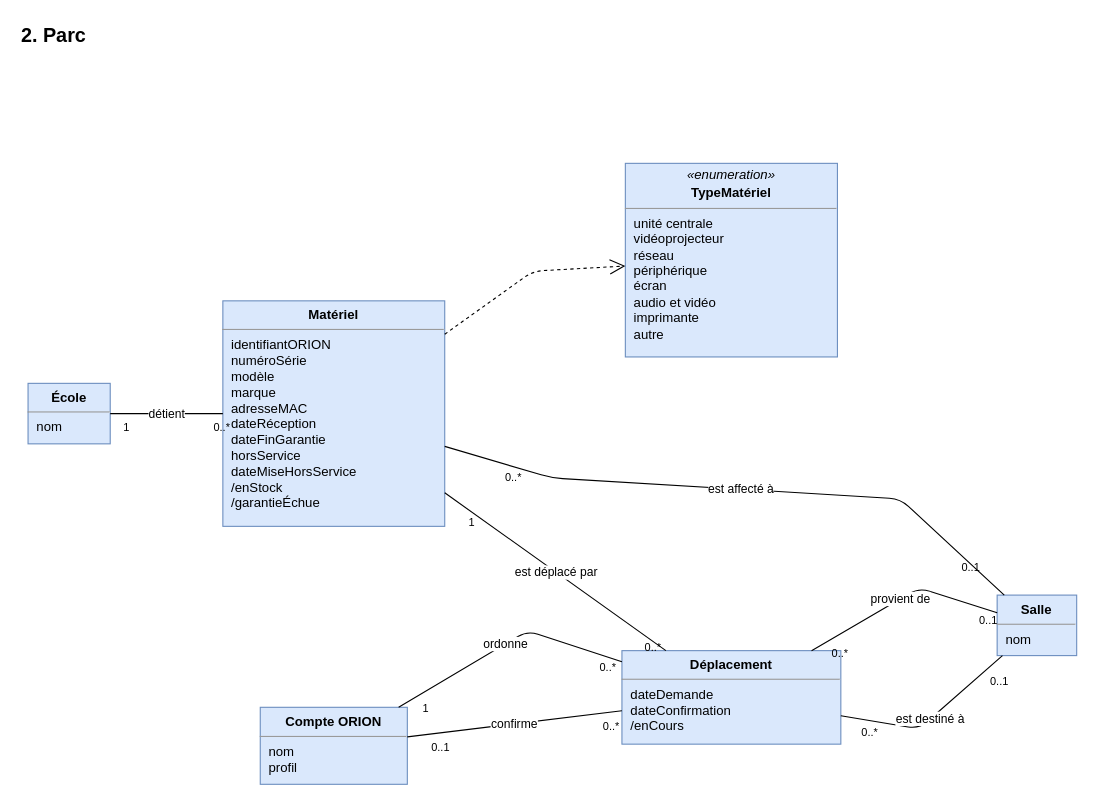
This is page "Parc" (2 of 5) of docs/02-ANALYSE/02-CAPTURE-DES-BESOINS/09-DIAGRAMME-CLASSES-METIER.drawio from bpierrelouis/aster, a draw.io file, before an edit. Source tidied: cells renumbered, new cells numbered last; positions are measured from the earlier drawing's top-left corner, leaving out a move shared by most shapes. Both pictures are drawn from the tidied source at 110%, with x=0, y=0 at pixel (19, 19).
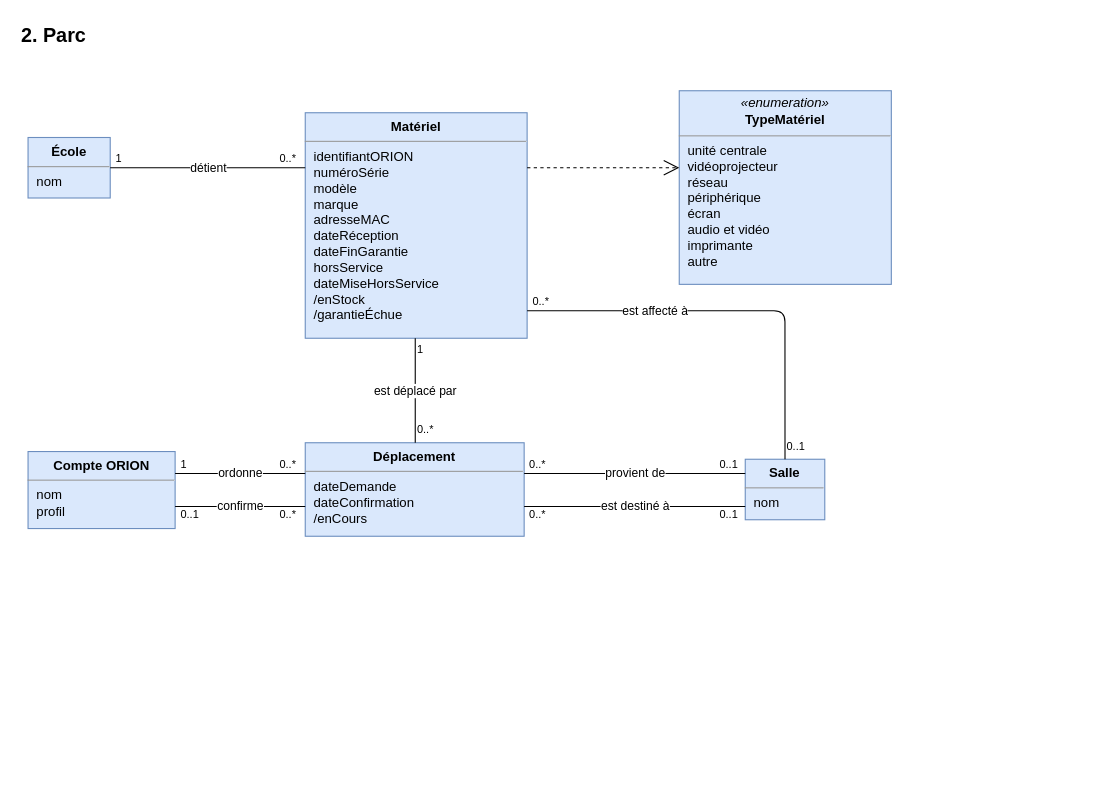
The same page after the edit.

Diff of the diagram source:
```diff
@@
     <mxCell id="3" value="&lt;p style=&quot;margin:0;margin-top:6px;text-align:center;&quot;&gt;&lt;b&gt;École&lt;/b&gt;&lt;/p&gt;&lt;hr size=&quot;1&quot;/&gt;&lt;p style=&quot;margin:0;margin-left:8px;&quot;&gt;nom&lt;/p&gt;" style="verticalAlign=top;align=left;overflow=fill;html=1;whiteSpace=wrap;fontSize=12;fillColor=#dae8fc;strokeColor=#6c8ebf;" parent="1" vertex="1">
-      <mxGeometry x="8" y="331" width="74.7" height="55" as="geometry" />
+      <mxGeometry x="8" y="107.5" width="74.7" height="55" as="geometry" />
     </mxCell>
     <mxCell id="4" value="&lt;p style=&quot;margin:0;margin-top:6px;text-align:center;&quot;&gt;&lt;b&gt;Salle&lt;/b&gt;&lt;/p&gt;&lt;hr size=&quot;1&quot;/&gt;&lt;p style=&quot;margin:0;margin-left:8px;&quot;&gt;nom&lt;/p&gt;" style="verticalAlign=top;align=left;overflow=fill;html=1;whiteSpace=wrap;fontSize=12;fillColor=#dae8fc;strokeColor=#6c8ebf;" parent="1" vertex="1">
-      <mxGeometry x="889" y="523.5" width="72.3" height="55" as="geometry" />
+      <mxGeometry x="660" y="400" width="72.3" height="55" as="geometry" />
     </mxCell>
     <mxCell id="5" value="&lt;p style=&quot;margin:0;margin-top:6px;text-align:center;&quot;&gt;&lt;b&gt;Matériel&lt;/b&gt;&lt;/p&gt;&lt;hr size=&quot;1&quot;/&gt;&lt;p style=&quot;margin:0;margin-left:8px;&quot;&gt;identifiantORION&lt;br&gt;numéroSérie&lt;br&gt;modèle&lt;br&gt;marque&lt;br&gt;adresseMAC&lt;br&gt;dateRéception&lt;br&gt;dateFinGarantie&lt;br&gt;horsService&lt;br&gt;dateMiseHorsService&lt;br&gt;/enStock&lt;br&gt;/garantieÉchue&lt;/p&gt;" style="verticalAlign=top;align=left;overflow=fill;html=1;whiteSpace=wrap;fontSize=12;fillColor=#dae8fc;strokeColor=#6c8ebf;" parent="1" vertex="1">
-      <mxGeometry x="185.1" y="256" width="201.7" height="205" as="geometry" />
+      <mxGeometry x="260" y="85" width="201.7" height="205" as="geometry" />
     </mxCell>
     <mxCell id="6" value="&lt;p style=&quot;margin:0;margin-top:4px;text-align:center;&quot;&gt;&lt;i&gt;«enumeration»&lt;/i&gt;&lt;/p&gt;&lt;p style=&quot;margin:0;margin-top:2px;text-align:center;&quot;&gt;&lt;b&gt;TypeMatériel&lt;/b&gt;&lt;/p&gt;&lt;hr size=&quot;1&quot;/&gt;&lt;p style=&quot;margin:0;margin-left:8px;&quot;&gt;unité centrale&lt;br&gt;vidéoprojecteur&lt;br&gt;réseau&lt;br&gt;périphérique&lt;br&gt;écran&lt;br&gt;audio et vidéo&lt;br&gt;imprimante&lt;br&gt;autre&lt;/p&gt;" style="verticalAlign=top;align=left;overflow=fill;html=1;whiteSpace=wrap;fontSize=12;fillColor=#dae8fc;strokeColor=#6c8ebf;" parent="1" vertex="1">
-      <mxGeometry x="551" y="131" width="192.8" height="176" as="geometry" />
+      <mxGeometry x="600" y="65" width="192.8" height="176" as="geometry" />
     </mxCell>
     <mxCell id="7" value="&lt;p style=&quot;margin:0;margin-top:6px;text-align:center;&quot;&gt;&lt;b&gt;Déplacement&lt;/b&gt;&lt;/p&gt;&lt;hr size=&quot;1&quot;/&gt;&lt;p style=&quot;margin:0;margin-left:8px;&quot;&gt;dateDemande&lt;br&gt;dateConfirmation&lt;br&gt;/enCours&lt;/p&gt;" style="verticalAlign=top;align=left;overflow=fill;html=1;whiteSpace=wrap;fontSize=12;fillColor=#dae8fc;strokeColor=#6c8ebf;" parent="1" vertex="1">
-      <mxGeometry x="547.9" y="574" width="199" height="85" as="geometry" />
+      <mxGeometry x="260" y="385" width="199" height="85" as="geometry" />
     </mxCell>
     <mxCell id="8" value="&lt;p style=&quot;margin:0;margin-top:6px;text-align:center;&quot;&gt;&lt;b&gt;Compte ORION&lt;/b&gt;&lt;/p&gt;&lt;hr size=&quot;1&quot;/&gt;&lt;p style=&quot;margin:0;margin-left:8px;&quot;&gt;nom&lt;br&gt;profil&lt;/p&gt;" style="verticalAlign=top;align=left;overflow=fill;html=1;whiteSpace=wrap;fontSize=12;fillColor=#dae8fc;strokeColor=#6c8ebf;" parent="1" vertex="1">
-      <mxGeometry x="219.1" y="625.5" width="133.7" height="70" as="geometry" />
+      <mxGeometry x="8" y="393" width="133.7" height="70" as="geometry" />
     </mxCell>
-    <mxCell id="9" value="détient" style="html=1;rounded=0;fontSize=11;labelBackgroundColor=#ffffff;endArrow=none;startArrow=none;rounded=1;" parent="1" edge="1" source="3" target="5">
+    <mxCell id="9" value="détient" style="html=1;rounded=0;fontSize=11;labelBackgroundColor=#ffffff;endArrow=none;startArrow=none;rounded=1;exitX=1.0;exitY=0.5;exitDx=0;exitDy=0;exitPerimeter=0;entryX=0.0;entryY=0.2439;entryDx=0;entryDy=0;entryPerimeter=0;" parent="1" edge="1" source="3" target="5">
       <mxGeometry relative="1" as="geometry" />
     </mxCell>
     <mxCell id="10" value="1" style="edgeLabel;html=1;fontSize=10;labelBackgroundColor=none;" parent="9" vertex="1">
-      <mxGeometry x="-0.8" relative="1" as="geometry" />
+      <mxGeometry x="-1" relative="1" as="geometry">
+        <mxPoint x="3" y="-21" as="offset" />
+      </mxGeometry>
     </mxCell>
     <mxCell id="11" value="0..*" style="edgeLabel;html=1;fontSize=10;labelBackgroundColor=none;" parent="9" vertex="1">
-      <mxGeometry x="0.8" relative="1" as="geometry" />
+      <mxGeometry x="1" relative="1" as="geometry">
+        <mxPoint x="-24.6" y="-21" as="offset" />
+      </mxGeometry>
     </mxCell>
-    <mxCell id="12" value="est affecté à" style="html=1;rounded=0;fontSize=11;labelBackgroundColor=#ffffff;endArrow=none;startArrow=none;rounded=1;" parent="1" edge="1" source="5" target="4">
-      <mxGeometry relative="1" as="geometry">
+    <mxCell id="12" value="est affecté à" style="html=1;rounded=0;fontSize=11;labelBackgroundColor=#ffffff;endArrow=none;startArrow=none;rounded=1;exitX=1.0;exitY=0.878;exitDx=0;exitDy=0;exitPerimeter=0;entryX=0.5;entryY=0.0;entryDx=0;entryDy=0;entryPerimeter=0;" parent="1" edge="1" source="5" target="4">
+      <mxGeometry x="-0.37" relative="1" as="geometry">
         <Array as="points">
-          <mxPoint x="484" y="417" />
-          <mxPoint x="801" y="436" />
+          <mxPoint x="696.1" y="265" />
         </Array>
       </mxGeometry>
     </mxCell>
     <mxCell id="13" value="0..*" style="edgeLabel;html=1;fontSize=10;labelBackgroundColor=none;" parent="12" vertex="1">
-      <mxGeometry x="-0.8" relative="1" as="geometry" />
+      <mxGeometry x="-1" relative="1" as="geometry">
+        <mxPoint x="3" y="-21" as="offset" />
+      </mxGeometry>
     </mxCell>
     <mxCell id="14" value="0..1" style="edgeLabel;html=1;fontSize=10;labelBackgroundColor=none;" parent="12" vertex="1">
-      <mxGeometry x="0.8" relative="1" as="geometry" />
+      <mxGeometry x="1" relative="1" as="geometry">
+        <mxPoint y="-24" as="offset" />
+      </mxGeometry>
     </mxCell>
-    <mxCell id="15" value="est déplacé par" style="html=1;rounded=0;fontSize=11;labelBackgroundColor=#ffffff;endArrow=none;startArrow=none;rounded=1;" parent="1" edge="1" source="5" target="7">
+    <mxCell id="15" value="est déplacé par" style="html=1;rounded=0;fontSize=11;labelBackgroundColor=#ffffff;endArrow=none;startArrow=none;rounded=1;exitX=0.4958;exitY=1.0;exitDx=0;exitDy=0;exitPerimeter=0;entryX=0.5025;entryY=0.0;entryDx=0;entryDy=0;entryPerimeter=0;" parent="1" edge="1" source="5" target="7">
       <mxGeometry relative="1" as="geometry" />
     </mxCell>
     <mxCell id="16" value="1" style="edgeLabel;html=1;fontSize=10;labelBackgroundColor=none;" parent="15" vertex="1">
-      <mxGeometry x="-0.8" relative="1" as="geometry" />
+      <mxGeometry x="-1" relative="1" as="geometry">
+        <mxPoint y="-2" as="offset" />
+      </mxGeometry>
     </mxCell>
     <mxCell id="17" value="0..*" style="edgeLabel;html=1;fontSize=10;labelBackgroundColor=none;" parent="15" vertex="1">
-      <mxGeometry x="0.8" relative="1" as="geometry" />
+      <mxGeometry x="1" relative="1" as="geometry">
+        <mxPoint y="-24" as="offset" />
+      </mxGeometry>
     </mxCell>
-    <mxCell id="18" value="provient de" style="html=1;rounded=0;fontSize=11;labelBackgroundColor=#ffffff;endArrow=none;startArrow=none;rounded=1;" parent="1" edge="1" source="7" target="4">
-      <mxGeometry relative="1" as="geometry">
-        <Array as="points">
-          <mxPoint x="818" y="517" />
-        </Array>
-      </mxGeometry>
+    <mxCell id="18" value="provient de" style="html=1;rounded=0;fontSize=11;labelBackgroundColor=#ffffff;endArrow=none;startArrow=none;rounded=1;exitX=1.0;exitY=0.3294;exitDx=0;exitDy=0;exitPerimeter=0;entryX=0.0;entryY=0.2364;entryDx=0;entryDy=0;entryPerimeter=0;" parent="1" edge="1" source="7" target="4">
+      <mxGeometry relative="1" as="geometry" />
     </mxCell>
     <mxCell id="19" value="0..*" style="edgeLabel;html=1;fontSize=10;labelBackgroundColor=none;" parent="18" vertex="1">
-      <mxGeometry x="-0.8" relative="1" as="geometry" />
+      <mxGeometry x="-1" relative="1" as="geometry">
+        <mxPoint x="3" y="-21" as="offset" />
+      </mxGeometry>
     </mxCell>
     <mxCell id="20" value="0..1" style="edgeLabel;html=1;fontSize=10;labelBackgroundColor=none;" parent="18" vertex="1">
-      <mxGeometry x="0.8" relative="1" as="geometry" />
+      <mxGeometry x="1" relative="1" as="geometry">
+        <mxPoint x="-24.6" y="-21" as="offset" />
+      </mxGeometry>
     </mxCell>
-    <mxCell id="21" value="est destiné à" style="html=1;rounded=0;fontSize=11;labelBackgroundColor=#ffffff;endArrow=none;startArrow=none;rounded=1;" parent="1" edge="1" source="7" target="4">
-      <mxGeometry relative="1" as="geometry">
-        <Array as="points">
-          <mxPoint x="818" y="645" />
-        </Array>
-      </mxGeometry>
+    <mxCell id="21" value="est destiné à" style="html=1;rounded=0;fontSize=11;labelBackgroundColor=#ffffff;endArrow=none;startArrow=none;rounded=1;exitX=1.0;exitY=0.6824;exitDx=0;exitDy=0;exitPerimeter=0;entryX=0.0;entryY=0.7818;entryDx=0;entryDy=0;entryPerimeter=0;" parent="1" edge="1" source="7" target="4">
+      <mxGeometry relative="1" as="geometry" />
     </mxCell>
     <mxCell id="22" value="0..*" style="edgeLabel;html=1;fontSize=10;labelBackgroundColor=none;" parent="21" vertex="1">
-      <mxGeometry x="-0.8" relative="1" as="geometry" />
+      <mxGeometry x="-1" relative="1" as="geometry">
+        <mxPoint x="3" y="-5" as="offset" />
+      </mxGeometry>
     </mxCell>
     <mxCell id="23" value="0..1" style="edgeLabel;html=1;fontSize=10;labelBackgroundColor=none;" parent="21" vertex="1">
-      <mxGeometry x="0.8" relative="1" as="geometry" />
+      <mxGeometry x="1" relative="1" as="geometry">
+        <mxPoint x="-24.6" y="-5" as="offset" />
+      </mxGeometry>
     </mxCell>
-    <mxCell id="24" value="ordonne" style="html=1;rounded=0;fontSize=11;labelBackgroundColor=#ffffff;endArrow=none;startArrow=none;rounded=1;" parent="1" edge="1" source="8" target="7">
-      <mxGeometry relative="1" as="geometry">
-        <Array as="points">
-          <mxPoint x="462" y="556" />
-        </Array>
-      </mxGeometry>
+    <mxCell id="24" value="ordonne" style="html=1;rounded=0;fontSize=11;labelBackgroundColor=#ffffff;endArrow=none;startArrow=none;rounded=1;exitX=1.0;exitY=0.2857;exitDx=0;exitDy=0;exitPerimeter=0;entryX=0.0;entryY=0.3294;entryDx=0;entryDy=0;entryPerimeter=0;" parent="1" edge="1" source="8" target="7">
+      <mxGeometry relative="1" as="geometry" />
     </mxCell>
     <mxCell id="25" value="1" style="edgeLabel;html=1;fontSize=10;labelBackgroundColor=none;" parent="24" vertex="1">
-      <mxGeometry x="-0.8" relative="1" as="geometry" />
+      <mxGeometry x="-1" relative="1" as="geometry">
+        <mxPoint x="3" y="-21" as="offset" />
+      </mxGeometry>
     </mxCell>
     <mxCell id="26" value="0..*" style="edgeLabel;html=1;fontSize=10;labelBackgroundColor=none;" parent="24" vertex="1">
-      <mxGeometry x="0.8" relative="1" as="geometry" />
+      <mxGeometry x="1" relative="1" as="geometry">
+        <mxPoint x="-24.6" y="-21" as="offset" />
+      </mxGeometry>
     </mxCell>
-    <mxCell id="27" value="confirme" style="html=1;rounded=0;fontSize=11;labelBackgroundColor=#ffffff;endArrow=none;startArrow=none;rounded=1;" parent="1" edge="1" source="8" target="7">
+    <mxCell id="27" value="confirme" style="html=1;rounded=0;fontSize=11;labelBackgroundColor=#ffffff;endArrow=none;startArrow=none;rounded=1;exitX=1.0;exitY=0.7143;exitDx=0;exitDy=0;exitPerimeter=0;entryX=0.0;entryY=0.6824;entryDx=0;entryDy=0;entryPerimeter=0;" parent="1" edge="1" source="8" target="7">
       <mxGeometry relative="1" as="geometry" />
     </mxCell>
     <mxCell id="28" value="0..1" style="edgeLabel;html=1;fontSize=10;labelBackgroundColor=none;" parent="27" vertex="1">
-      <mxGeometry x="-0.8" relative="1" as="geometry" />
+      <mxGeometry x="-1" relative="1" as="geometry">
+        <mxPoint x="3" y="-5" as="offset" />
+      </mxGeometry>
     </mxCell>
     <mxCell id="29" value="0..*" style="edgeLabel;html=1;fontSize=10;labelBackgroundColor=none;" parent="27" vertex="1">
-      <mxGeometry x="0.8" relative="1" as="geometry" />
+      <mxGeometry x="1" relative="1" as="geometry">
+        <mxPoint x="-24.6" y="-5" as="offset" />
+      </mxGeometry>
     </mxCell>
-    <mxCell id="30" style="html=1;rounded=0;fontSize=11;labelBackgroundColor=#ffffff;endArrow=open;endFill=0;endSize=12;startArrow=none;dashed=1;rounded=1;" parent="1" edge="1" source="5" target="6">
-      <mxGeometry relative="1" as="geometry">
-        <Array as="points">
-          <mxPoint x="467" y="229" />
-        </Array>
-      </mxGeometry>
+    <mxCell id="30" style="html=1;rounded=0;fontSize=11;labelBackgroundColor=#ffffff;endArrow=open;endFill=0;endSize=12;startArrow=none;dashed=1;rounded=1;exitX=1.0;exitY=0.2439;exitDx=0;exitDy=0;exitPerimeter=0;entryX=0.0;entryY=0.3977;entryDx=0;entryDy=0;entryPerimeter=0;" parent="1" edge="1" source="5" target="6">
+      <mxGeometry relative="1" as="geometry" />
     </mxCell>
```
